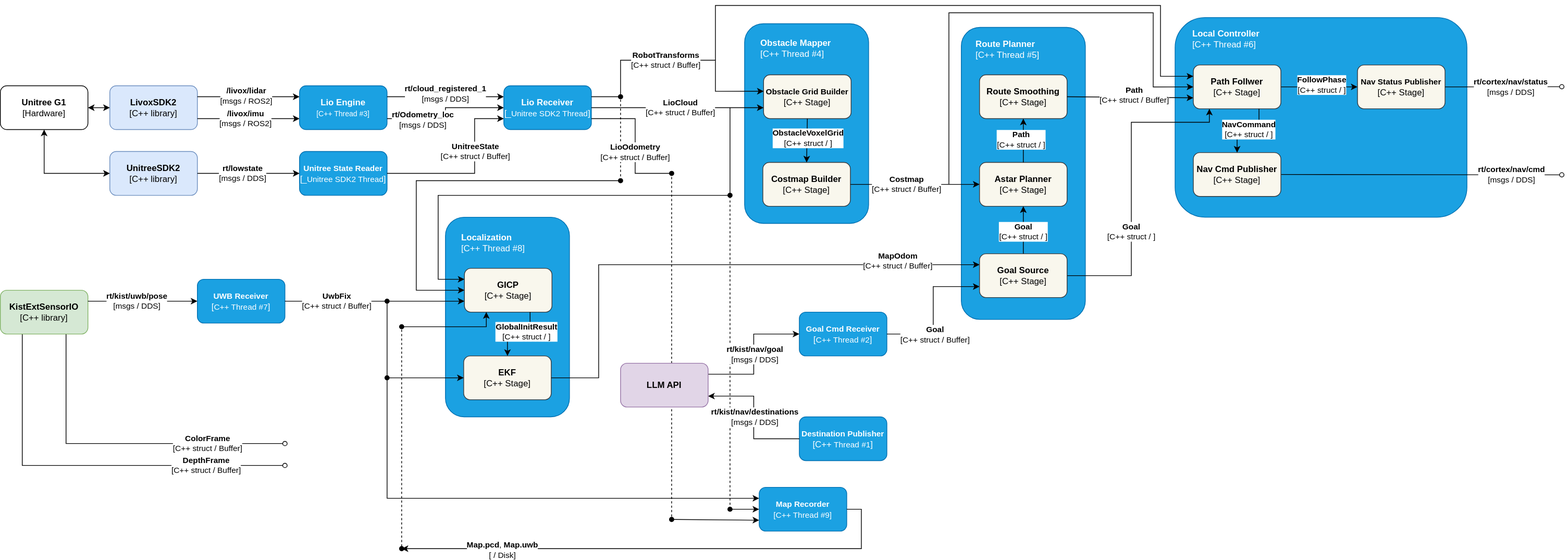
KIST-DelightRobotics-G1/navigation-planner keeps this draw.io diagram as docs/kist-navigation-planner.svg. Above is the earlier version. Source tidied: cells renumbered, new cells last; positions are measured from the earlier drawing's top-left corner, leaving out a move shared by most shapes.
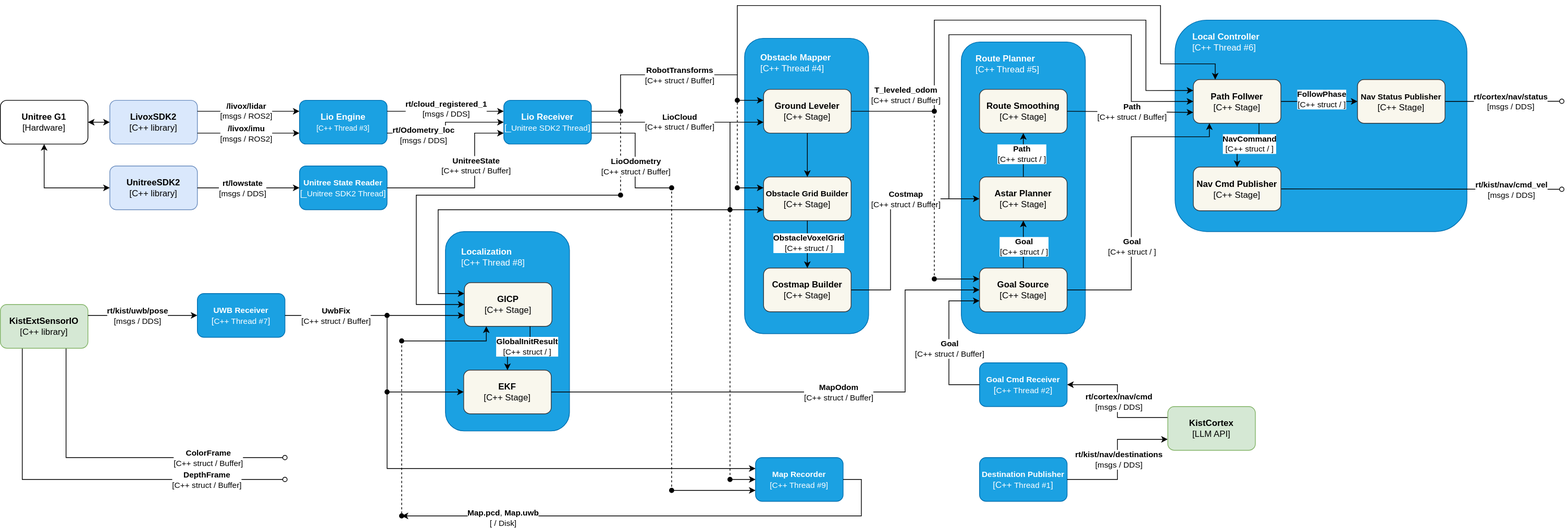
Above is the later version.

Commit message:
feat(perception): apply T_leveled_odom to grid/goal/pose (Option Y)

Change to the diagram source:
```diff
@@ -6,3 +6,3 @@
       <mxGeometry relative="1" as="geometry">
-        <mxPoint x="1000" y="690" as="sourcePoint" />
+        <mxPoint x="1000" y="630" as="sourcePoint" />
         <mxPoint x="1000" y="258" as="targetPoint" />
@@ -12,3 +12,3 @@
       <mxGeometry relative="1" as="geometry">
-        <mxPoint x="920" y="700" as="sourcePoint" />
+        <mxPoint x="920" y="640" as="sourcePoint" />
         <mxPoint x="920" y="230" as="targetPoint" />
@@ -40,3 +40,3 @@
     <mxCell id="10" style="rounded=1;whiteSpace=wrap;html=1;fillColor=#1ba1e2;strokeColor=#006EAF;fontColor=#ffffff;" parent="1" vertex="1">
-      <mxGeometry x="1610" y="16.5" width="400" height="273.5" as="geometry" />
+      <mxGeometry x="1610" width="400" height="290" as="geometry" />
     </mxCell>
@@ -46,3 +46,3 @@
     <mxCell id="12" style="rounded=1;whiteSpace=wrap;html=1;fillColor=#1ba1e2;strokeColor=#006EAF;fontColor=#ffffff;" parent="1" vertex="1">
-      <mxGeometry x="1020" y="25" width="170" height="273.5" as="geometry" />
+      <mxGeometry x="1020" y="25" width="170" height="405" as="geometry" />
     </mxCell>
@@ -69,3 +69,3 @@
     </mxCell>
-    <mxCell id="17" value="&lt;b&gt;rt/cortex/nav/cmd&lt;/b&gt;&lt;br&gt;&lt;div&gt;[msgs / DDS]&lt;/div&gt;" style="edgeLabel;html=1;align=center;verticalAlign=middle;" parent="16" vertex="1">
+    <mxCell id="17" value="&lt;b&gt;rt/kist/nav/cmd_vel&lt;/b&gt;&lt;br&gt;&lt;div&gt;[msgs / DDS]&lt;/div&gt;" style="edgeLabel;html=1;align=center;verticalAlign=middle;" parent="16" vertex="1">
       <mxGeometry x="0.39" y="1" relative="1" as="geometry">
@@ -88,5 +88,5 @@
     <mxCell id="20" value="&lt;div&gt;&lt;span style=&quot;background-color: transparent; color: light-dark(rgb(255, 255, 255), rgb(18, 18, 18));&quot;&gt;&lt;span style=&quot;font-size: 11px;&quot;&gt;&lt;b&gt;Destination Publisher&lt;/b&gt;&lt;/span&gt;&lt;/span&gt;&lt;/div&gt;&lt;div&gt;&lt;span style=&quot;background-color: transparent; color: light-dark(rgb(255, 255, 255), rgb(18, 18, 18));&quot;&gt;[C++&lt;/span&gt;&lt;font style=&quot;background-color: transparent; color: light-dark(rgb(255, 255, 255), rgb(18, 18, 18)); font-size: 11px;&quot;&gt;&amp;nbsp;Thread #1&lt;/font&gt;&lt;span style=&quot;background-color: transparent; color: light-dark(rgb(255, 255, 255), rgb(18, 18, 18));&quot;&gt;]&lt;/span&gt;&lt;/div&gt;" style="rounded=1;whiteSpace=wrap;html=1;fillColor=#1ba1e2;fontColor=#ffffff;strokeColor=#006EAF;" parent="1" vertex="1">
-      <mxGeometry x="1095" y="563.5" width="120" height="60" as="geometry" />
+      <mxGeometry x="1342" y="600" width="120" height="60" as="geometry" />
     </mxCell>
-    <mxCell id="21" style="endArrow=classic;html=1;rounded=0;exitX=0;exitY=0.5;exitDx=0;exitDy=0;edgeStyle=orthogonalEdgeStyle;entryX=1;entryY=0.75;entryDx=0;entryDy=0;" parent="1" edge="1" source="20" target="28">
+    <mxCell id="21" style="endArrow=classic;html=1;rounded=0;exitX=1;exitY=0.5;exitDx=0;exitDy=0;edgeStyle=orthogonalEdgeStyle;entryX=0;entryY=0.75;entryDx=0;entryDy=0;" parent="1" edge="1" source="20" target="28">
       <mxGeometry relative="1" as="geometry" />
@@ -99,8 +99,8 @@
     <mxCell id="23" value="&lt;div&gt;&lt;span style=&quot;font-size: 11px;&quot;&gt;&lt;b&gt;Goal Cmd Receiver&lt;/b&gt;&lt;/span&gt;&lt;/div&gt;&lt;div&gt;[&lt;font style=&quot;font-size: 11px;&quot;&gt;C++ Thread #2&lt;/font&gt;]&lt;/div&gt;" style="rounded=1;whiteSpace=wrap;html=1;fillColor=#1ba1e2;fontColor=#ffffff;strokeColor=#006EAF;" parent="1" vertex="1">
-      <mxGeometry x="1095" y="420" width="120" height="60" as="geometry" />
+      <mxGeometry x="1342" y="470" width="120" height="60" as="geometry" />
     </mxCell>
-    <mxCell id="24" style="endArrow=classic;html=1;rounded=0;entryX=0;entryY=0.5;entryDx=0;entryDy=0;exitX=1;exitY=0.25;exitDx=0;exitDy=0;edgeStyle=orthogonalEdgeStyle;" parent="1" edge="1" source="28" target="23">
+    <mxCell id="24" style="endArrow=classic;html=1;rounded=0;exitX=0;exitY=0.25;exitDx=0;exitDy=0;edgeStyle=orthogonalEdgeStyle;entryX=1;entryY=0.5;entryDx=0;entryDy=0;" parent="1" edge="1" source="28" target="23">
       <mxGeometry relative="1" as="geometry" />
     </mxCell>
-    <mxCell id="25" value="&lt;b&gt;rt/kist/nav/goal&lt;/b&gt;&lt;div&gt;[msgs / DDS]&lt;/div&gt;" style="edgeLabel;html=1;align=center;verticalAlign=middle;" parent="24" vertex="1">
+    <mxCell id="25" value="&lt;b&gt;rt/cortex/nav/cmd&lt;/b&gt;&lt;br&gt;&lt;div&gt;[msgs / DDS]&lt;/div&gt;" style="edgeLabel;html=1;align=center;verticalAlign=middle;" parent="24" vertex="1">
       <mxGeometry x="-0.17" y="1" relative="1" as="geometry">
@@ -109,4 +109,9 @@
     </mxCell>
-    <mxCell id="26" style="endArrow=classic;html=1;rounded=0;exitX=1;exitY=0.5;exitDx=0;exitDy=0;entryX=0;entryY=0.75;entryDx=0;entryDy=0;edgeStyle=orthogonalEdgeStyle;" parent="1" edge="1" source="23" target="85">
-      <mxGeometry relative="1" as="geometry" />
+    <mxCell id="26" style="endArrow=classic;html=1;rounded=0;entryX=0;entryY=0.75;entryDx=0;entryDy=0;edgeStyle=orthogonalEdgeStyle;exitX=0;exitY=0.5;exitDx=0;exitDy=0;" parent="1" edge="1" source="23" target="85">
+      <mxGeometry relative="1" as="geometry">
+        <Array as="points">
+          <mxPoint x="1300" y="500" />
+          <mxPoint x="1300" y="385" />
+        </Array>
+      </mxGeometry>
     </mxCell>
@@ -114,7 +119,7 @@
       <mxGeometry x="-0.18" relative="1" as="geometry">
-        <mxPoint x="2" y="16" as="offset" />
+        <mxPoint y="-10" as="offset" />
       </mxGeometry>
     </mxCell>
-    <mxCell id="28" value="&lt;b&gt;LLM API&lt;/b&gt;" style="rounded=1;whiteSpace=wrap;html=1;fillColor=#e1d5e7;strokeColor=#9673a6;" parent="1" vertex="1">
-      <mxGeometry x="850" y="490" width="120" height="60" as="geometry" />
+    <mxCell id="28" value="&lt;b&gt;KistCortex&lt;/b&gt;&lt;div&gt;[LLM API]&lt;/div&gt;" style="rounded=1;whiteSpace=wrap;html=1;fillColor=#d5e8d4;strokeColor=#82b366;" parent="1" vertex="1">
+      <mxGeometry x="1600" y="530" width="120" height="60" as="geometry" />
     </mxCell>
@@ -167,4 +172,9 @@
     </mxCell>
-    <mxCell id="42" style="endArrow=classic;html=1;rounded=0;exitX=1;exitY=0.5;exitDx=0;exitDy=0;entryX=0;entryY=0.75;entryDx=0;entryDy=0;edgeStyle=orthogonalEdgeStyle;" parent="1" edge="1" source="41" target="54">
-      <mxGeometry relative="1" as="geometry" />
+    <mxCell id="42" style="endArrow=classic;html=1;rounded=0;exitX=1;exitY=0.5;exitDx=0;exitDy=0;edgeStyle=orthogonalEdgeStyle;entryX=0;entryY=0.75;entryDx=0;entryDy=0;" parent="1" edge="1" source="41" target="54">
+      <mxGeometry relative="1" as="geometry">
+        <Array as="points">
+          <mxPoint x="1000" y="140" />
+          <mxPoint x="1000" y="260" />
+        </Array>
+      </mxGeometry>
     </mxCell>
@@ -172,3 +182,3 @@
       <mxGeometry x="0.34" y="-1" relative="1" as="geometry">
-        <mxPoint x="-36" y="-1" as="offset" />
+        <mxPoint x="-69" y="-48" as="offset" />
       </mxGeometry>
@@ -214,19 +224,4 @@
     </mxCell>
-    <mxCell id="52" style="endArrow=classic;html=1;rounded=0;exitX=1;exitY=0.25;exitDx=0;exitDy=0;edgeStyle=orthogonalEdgeStyle;entryX=0.001;entryY=0.375;entryDx=0;entryDy=0;entryPerimeter=0;" parent="1" edge="1" source="41" target="54">
-      <mxGeometry relative="1" as="geometry">
-        <Array as="points">
-          <mxPoint x="850" y="125" />
-          <mxPoint x="850" y="75" />
-          <mxPoint x="980" y="75" />
-          <mxPoint x="980" y="118" />
-        </Array>
-      </mxGeometry>
-    </mxCell>
-    <mxCell id="53" value="&lt;div&gt;&lt;span style=&quot;background-color: light-dark(#ffffff, var(--ge-dark-color, #121212)); color: light-dark(rgb(0, 0, 0), rgb(255, 255, 255));&quot;&gt;&lt;b&gt;RobotTransforms&lt;/b&gt;&lt;/span&gt;&lt;/div&gt;&lt;div&gt;&lt;span style=&quot;background-color: light-dark(#ffffff, var(--ge-dark-color, #121212)); color: light-dark(rgb(0, 0, 0), rgb(255, 255, 255));&quot;&gt;[C++ struct / Buffer]&lt;/span&gt;&lt;/div&gt;" style="edgeLabel;html=1;align=center;verticalAlign=middle;" parent="52" vertex="1">
-      <mxGeometry x="0.34" y="-1" relative="1" as="geometry">
-        <mxPoint x="-67" y="-1" as="offset" />
-      </mxGeometry>
-    </mxCell>
     <mxCell id="54" value="&lt;div&gt;&lt;b&gt;&lt;font style=&quot;font-size: 11px;&quot;&gt;Obstacle Grid Builder&lt;/font&gt;&lt;/b&gt;&lt;/div&gt;&lt;div&gt;[C++ Stage]&lt;/div&gt;" style="rounded=1;whiteSpace=wrap;html=1;fillColor=#f9f7ed;strokeColor=#36393d;" parent="1" vertex="1">
-      <mxGeometry x="1046" y="95" width="120" height="60" as="geometry" />
+      <mxGeometry x="1046" y="215" width="120" height="60" as="geometry" />
     </mxCell>
@@ -239,3 +234,3 @@
     <mxCell id="57" value="&lt;div&gt;&lt;b&gt;Costmap Builder&lt;/b&gt;&lt;/div&gt;&lt;div&gt;[C++ Stage]&lt;/div&gt;" style="rounded=1;whiteSpace=wrap;html=1;fillColor=#f9f7ed;strokeColor=#36393d;" parent="1" vertex="1">
-      <mxGeometry x="1045" y="215" width="120" height="60" as="geometry" />
+      <mxGeometry x="1046" y="340" width="120" height="60" as="geometry" />
     </mxCell>
@@ -249,4 +244,9 @@
     </mxCell>
-    <mxCell id="60" style="endArrow=classic;html=1;rounded=0;exitX=1;exitY=0.5;exitDx=0;exitDy=0;entryX=0;entryY=0.5;entryDx=0;entryDy=0;" parent="1" edge="1" source="57" target="55">
-      <mxGeometry relative="1" as="geometry" />
+    <mxCell id="60" style="endArrow=classic;html=1;rounded=0;exitX=1;exitY=0.5;exitDx=0;exitDy=0;entryX=0;entryY=0.5;entryDx=0;entryDy=0;edgeStyle=orthogonalEdgeStyle;" parent="1" edge="1" source="57" target="55">
+      <mxGeometry relative="1" as="geometry">
+        <Array as="points">
+          <mxPoint x="1220" y="370" />
+          <mxPoint x="1220" y="245" />
+        </Array>
+      </mxGeometry>
     </mxCell>
@@ -254,3 +254,3 @@
       <mxGeometry x="-0.01" y="-1" relative="1" as="geometry">
-        <mxPoint x="-11" y="-1" as="offset" />
+        <mxPoint x="19" y="-30" as="offset" />
       </mxGeometry>
@@ -264,3 +264,5 @@
     <mxCell id="64" value="&lt;b&gt;Path&lt;/b&gt;&lt;div&gt;[C++ struct / Buffer]&lt;/div&gt;" style="edgeLabel;html=1;align=center;verticalAlign=middle;" parent="63" vertex="1">
-      <mxGeometry x="0.06" y="3" relative="1" as="geometry" />
+      <mxGeometry x="0.06" y="3" relative="1" as="geometry">
+        <mxPoint x="-3" y="2" as="offset" />
+      </mxGeometry>
     </mxCell>
@@ -270,3 +272,3 @@
     <mxCell id="66" value="&lt;div&gt;Local Controller&lt;/div&gt;&lt;div&gt;&lt;font style=&quot;color: light-dark(rgb(255, 255, 255), rgb(237, 237, 237));&quot;&gt;&lt;span style=&quot;font-weight: normal;&quot;&gt;[C++ Thread #6]&lt;/span&gt;&lt;/font&gt;&lt;/div&gt;" style="text;html=1;whiteSpace=wrap;strokeColor=none;fillColor=none;align=left;verticalAlign=middle;rounded=0;fontStyle=1;fontColor=light-dark(#ffffff, #ededed);" parent="1" vertex="1">
-      <mxGeometry x="1632" y="30.5" width="275" height="30" as="geometry" />
+      <mxGeometry x="1632" y="15" width="275" height="30" as="geometry" />
     </mxCell>
@@ -292,10 +294,10 @@
     </mxCell>
-    <mxCell id="73" value=" " style="endArrow=classic;html=1;rounded=0;entryX=0;entryY=0.25;entryDx=0;entryDy=0;edgeStyle=orthogonalEdgeStyle;" parent="1" edge="1" target="67">
+    <mxCell id="73" value=" " style="endArrow=classic;html=1;rounded=0;entryX=0.25;entryY=0;entryDx=0;entryDy=0;edgeStyle=orthogonalEdgeStyle;startArrow=none;startFill=0;" parent="1" edge="1" target="67">
       <mxGeometry relative="1" as="geometry">
-        <mxPoint x="980" y="75" as="sourcePoint" />
+        <mxPoint x="1010" y="75" as="sourcePoint" />
         <Array as="points">
-          <mxPoint x="980" />
-          <mxPoint x="1590" />
-          <mxPoint x="1590" y="97" />
-          <mxPoint x="1635" y="97" />
+          <mxPoint x="1010" y="-20" />
+          <mxPoint x="1590" y="-20" />
+          <mxPoint x="1590" y="60" />
+          <mxPoint x="1665" y="60" />
         </Array>
@@ -307,5 +309,5 @@
         <Array as="points">
-          <mxPoint x="1300" y="10" />
-          <mxPoint x="1580" y="10" />
-          <mxPoint x="1580" y="111" />
+          <mxPoint x="1300" y="20" />
+          <mxPoint x="1550" y="20" />
+          <mxPoint x="1550" y="112" />
         </Array>
@@ -345,3 +347,3 @@
     </mxCell>
-    <mxCell id="82" style="endArrow=classic;html=1;rounded=0;entryX=0;entryY=0.25;entryDx=0;entryDy=0;edgeStyle=orthogonalEdgeStyle;" parent="1" edge="1" target="5">
+    <mxCell id="82" style="endArrow=classic;html=1;rounded=0;entryX=0;entryY=0.25;entryDx=0;entryDy=0;edgeStyle=orthogonalEdgeStyle;startArrow=oval;startFill=1;" parent="1" edge="1" target="5">
       <mxGeometry relative="1" as="geometry">
@@ -354,7 +356,7 @@
     </mxCell>
-    <mxCell id="83" style="endArrow=classic;html=1;rounded=0;exitX=1;exitY=0.5;exitDx=0;exitDy=0;entryX=0;entryY=0.25;entryDx=0;entryDy=0;edgeStyle=orthogonalEdgeStyle;" parent="1" edge="1" source="6" target="85">
+    <mxCell id="83" style="endArrow=classic;html=1;rounded=0;exitX=1;exitY=0.5;exitDx=0;exitDy=0;entryX=0;entryY=0.5;entryDx=0;entryDy=0;edgeStyle=orthogonalEdgeStyle;" parent="1" edge="1" source="6" target="85">
       <mxGeometry relative="1" as="geometry">
         <Array as="points">
-          <mxPoint x="820" y="510" />
-          <mxPoint x="820" y="355" />
+          <mxPoint x="1240" y="510" />
+          <mxPoint x="1240" y="370" />
         </Array>
@@ -364,3 +366,3 @@
       <mxGeometry x="-0.14" y="-1" relative="1" as="geometry">
-        <mxPoint x="310" y="-6" as="offset" />
+        <mxPoint x="80" y="-1" as="offset" />
       </mxGeometry>
@@ -379,3 +381,3 @@
     <mxCell id="88" value="&lt;span style=&quot;font-size: 11px;&quot;&gt;&lt;b&gt;Map Recorder&lt;/b&gt;&lt;/span&gt;&lt;div&gt;&lt;span style=&quot;font-size: 11px;&quot;&gt;[C++ Thread #9]&lt;/span&gt;&lt;/div&gt;" style="rounded=1;whiteSpace=wrap;html=1;fillColor=#1ba1e2;fontColor=#ffffff;strokeColor=#006EAF;" parent="1" vertex="1">
-      <mxGeometry x="1040" y="660" width="120" height="60" as="geometry" />
+      <mxGeometry x="1035" y="600" width="120" height="60" as="geometry" />
     </mxCell>
@@ -383,14 +385,8 @@
       <mxGeometry relative="1" as="geometry">
-        <mxPoint x="920" y="704" as="sourcePoint" />
+        <mxPoint x="920" y="645" as="sourcePoint" />
       </mxGeometry>
     </mxCell>
-    <mxCell id="90" style="endArrow=none;html=1;rounded=0;endFill=0;startArrow=oval;startFill=1;" parent="1" edge="1">
-      <mxGeometry relative="1" as="geometry">
-        <mxPoint x="1000" y="260" as="sourcePoint" />
-        <mxPoint x="1000" y="140" as="targetPoint" />
-      </mxGeometry>
-    </mxCell>
     <mxCell id="91" style="endArrow=classic;html=1;rounded=0;entryX=0;entryY=0.5;entryDx=0;entryDy=0;startArrow=oval;startFill=1;" parent="1" edge="1" target="88">
       <mxGeometry relative="1" as="geometry">
-        <mxPoint x="1000" y="690" as="sourcePoint" />
+        <mxPoint x="1000" y="630" as="sourcePoint" />
       </mxGeometry>
@@ -401,3 +397,3 @@
         <Array as="points">
-          <mxPoint x="530" y="675" />
+          <mxPoint x="530" y="615" />
         </Array>
@@ -415,3 +411,3 @@
       <mxGeometry relative="1" as="geometry">
-        <mxPoint x="550" y="744" as="sourcePoint" />
+        <mxPoint x="550" y="680" as="sourcePoint" />
         <mxPoint x="550" y="440" as="targetPoint" />
@@ -421,6 +417,7 @@
       <mxGeometry relative="1" as="geometry">
-        <mxPoint x="550" y="744" as="targetPoint" />
+        <mxPoint x="550" y="680" as="targetPoint" />
         <Array as="points">
-          <mxPoint x="1180" y="690" />
-          <mxPoint x="1180" y="744" />
+          <mxPoint x="1180" y="630" />
+          <mxPoint x="1180" y="680" />
+          <mxPoint x="550" y="680" />
         </Array>
@@ -472,2 +469,67 @@
     </mxCell>
+    <mxCell id="106" value="&lt;div&gt;&lt;b style=&quot;&quot;&gt;&lt;font&gt;Ground Leveler&lt;/font&gt;&lt;/b&gt;&lt;/div&gt;&lt;div&gt;[C++ Stage]&lt;/div&gt;" style="rounded=1;whiteSpace=wrap;html=1;fillColor=#f9f7ed;strokeColor=#36393d;" parent="1" vertex="1">
+      <mxGeometry x="1046" y="95" width="120" height="60" as="geometry" />
+    </mxCell>
+    <mxCell id="107" style="endArrow=classic;html=1;rounded=0;entryX=0;entryY=0.75;entryDx=0;entryDy=0;" parent="1" edge="1" target="106">
+      <mxGeometry relative="1" as="geometry">
+        <mxPoint x="1000" y="140" as="sourcePoint" />
+      </mxGeometry>
+    </mxCell>
+    <mxCell id="108" style="endArrow=oval;html=1;rounded=0;exitX=1;exitY=0.25;exitDx=0;exitDy=0;edgeStyle=orthogonalEdgeStyle;endFill=1;" parent="1" edge="1" source="41">
+      <mxGeometry relative="1" as="geometry">
+        <mxPoint x="1010" y="110" as="targetPoint" />
+        <Array as="points">
+          <mxPoint x="850" y="125" />
+          <mxPoint x="850" y="75" />
+        </Array>
+      </mxGeometry>
+    </mxCell>
+    <mxCell id="53" value="&lt;div&gt;&lt;span style=&quot;background-color: light-dark(#ffffff, var(--ge-dark-color, #121212)); color: light-dark(rgb(0, 0, 0), rgb(255, 255, 255));&quot;&gt;&lt;b&gt;RobotTransforms&lt;/b&gt;&lt;/span&gt;&lt;/div&gt;&lt;div&gt;&lt;span style=&quot;background-color: light-dark(#ffffff, var(--ge-dark-color, #121212)); color: light-dark(rgb(0, 0, 0), rgb(255, 255, 255));&quot;&gt;[C++ struct / Buffer]&lt;/span&gt;&lt;/div&gt;" style="edgeLabel;html=1;align=center;verticalAlign=middle;" parent="1" vertex="1">
+      <mxGeometry x="930" y="75" as="geometry" />
+    </mxCell>
+    <mxCell id="109" style="endArrow=classic;html=1;rounded=0;entryX=0;entryY=0.25;entryDx=0;entryDy=0;startArrow=oval;startFill=1;" parent="1" edge="1" target="54">
+      <mxGeometry relative="1" as="geometry">
+        <mxPoint x="1010" y="230" as="sourcePoint" />
+      </mxGeometry>
+    </mxCell>
+    <mxCell id="110" style="endArrow=none;dashed=1;html=1;rounded=0;" parent="1" edge="1">
+      <mxGeometry relative="1" as="geometry">
+        <mxPoint x="1010" y="230" as="sourcePoint" />
+        <mxPoint x="1010" y="110" as="targetPoint" />
+      </mxGeometry>
+    </mxCell>
+    <mxCell id="111" style="endArrow=classic;html=1;rounded=0;entryX=0;entryY=0.25;entryDx=0;entryDy=0;" parent="1" edge="1" target="106">
+      <mxGeometry relative="1" as="geometry">
+        <mxPoint x="1010" y="110" as="sourcePoint" />
+      </mxGeometry>
+    </mxCell>
+    <mxCell id="112" style="endArrow=classic;html=1;rounded=0;entryX=0.5;entryY=0;entryDx=0;entryDy=0;exitX=0.5;exitY=1;exitDx=0;exitDy=0;" parent="1" edge="1" source="106" target="54">
+      <mxGeometry relative="1" as="geometry" />
+    </mxCell>
+    <mxCell id="113" style="endArrow=classic;html=1;rounded=0;exitX=1;exitY=0.5;exitDx=0;exitDy=0;edgeStyle=orthogonalEdgeStyle;entryX=0;entryY=0.25;entryDx=0;entryDy=0;" parent="1" edge="1" source="106" target="67">
+      <mxGeometry relative="1" as="geometry">
+        <Array as="points">
+          <mxPoint x="1280" y="125" />
+          <mxPoint x="1280" />
+          <mxPoint x="1570" />
+          <mxPoint x="1570" y="96" />
+        </Array>
+      </mxGeometry>
+    </mxCell>
+    <mxCell id="114" value="&lt;b&gt;T_leveled_odom&lt;/b&gt;&lt;div&gt;[C++ struct / Buffer]&lt;/div&gt;" style="edgeLabel;html=1;align=center;verticalAlign=middle;" parent="113" vertex="1">
+      <mxGeometry x="-0.85" relative="1" as="geometry">
+        <mxPoint x="23" y="-23" as="offset" />
+      </mxGeometry>
+    </mxCell>
+    <mxCell id="115" style="endArrow=oval;dashed=1;html=1;rounded=0;endFill=1;" parent="1" edge="1">
+      <mxGeometry relative="1" as="geometry">
+        <mxPoint x="1280" y="350" as="sourcePoint" />
+        <mxPoint x="1280" y="125" as="targetPoint" />
+      </mxGeometry>
+    </mxCell>
+    <mxCell id="116" style="endArrow=classic;html=1;rounded=0;entryX=0;entryY=0.25;entryDx=0;entryDy=0;startArrow=oval;startFill=1;" parent="1" edge="1" target="85">
+      <mxGeometry relative="1" as="geometry">
+        <mxPoint x="1280" y="355" as="sourcePoint" />
+      </mxGeometry>
+    </mxCell>
   </root>
```
